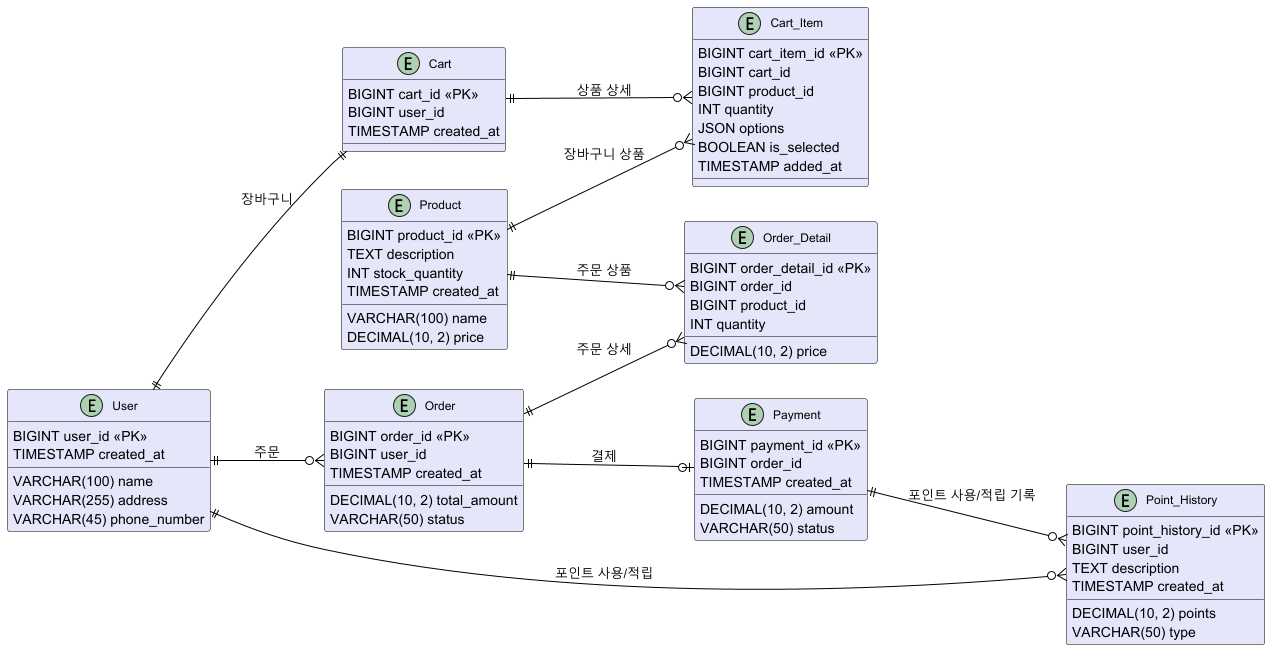
The PlantUML diagram src/main/resources/images/ERD.png in kjh418/hhplus-e-commerce, before a commit.
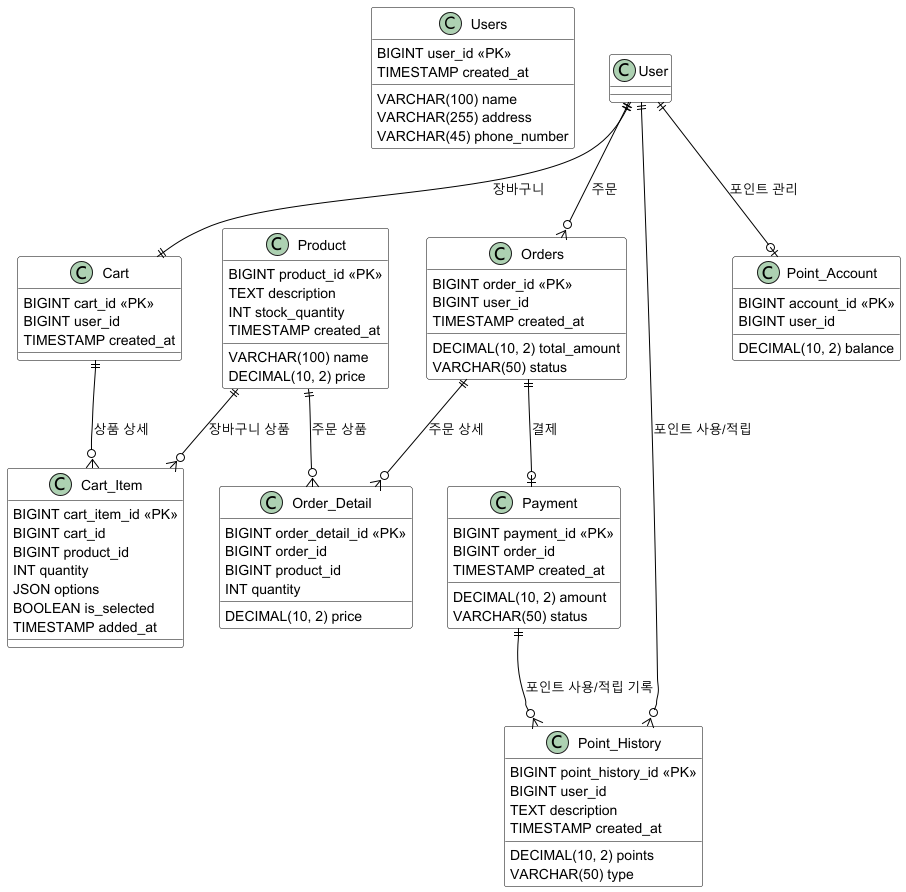
Above is the later version.

Commit message:
refactor : [#11] 효율적인 잔액 관리를 위해 잔액 관리 테이블 추가

What changed in the source:
```diff
@@ -1,91 +1,94 @@
 @startuml
+!define RECTANGLE class
 skinparam class {
-BackgroundColor Lavender
-BorderColor Black
-ArrowColor Black
-FontName Arial
-FontSize 12
-ClassFontColor Black
+    BackgroundColor White
+    ArrowColor Black
+    BorderColor Black
 }
 
-left to right direction
-
-entity User {
-BIGINT user_id <<PK>>
-VARCHAR(100) name
-VARCHAR(255) address
-VARCHAR(45) phone_number
-TIMESTAMP created_at
+RECTANGLE Users {
+    BIGINT user_id <<PK>>
+    TIMESTAMP created_at
+    VARCHAR(100) name
+    VARCHAR(255) address
+    VARCHAR(45) phone_number
 }
 
-entity Product {
-BIGINT product_id <<PK>>
-VARCHAR(100) name
-TEXT description
-DECIMAL(10, 2) price
-INT stock_quantity
-TIMESTAMP created_at
+RECTANGLE Cart {
+    BIGINT cart_id <<PK>>
+    BIGINT user_id
+    TIMESTAMP created_at
 }
 
-entity Cart {
-BIGINT cart_id <<PK>>
-BIGINT user_id
-TIMESTAMP created_at
+RECTANGLE Cart_Item {
+    BIGINT cart_item_id <<PK>>
+    BIGINT cart_id
+    BIGINT product_id
+    INT quantity
+    JSON options
+    BOOLEAN is_selected
+    TIMESTAMP added_at
 }
 
-entity Cart_Item {
-BIGINT cart_item_id <<PK>>
-BIGINT cart_id
-BIGINT product_id
-INT quantity
-JSON options
-BOOLEAN is_selected
-TIMESTAMP added_at
+RECTANGLE Product {
+    BIGINT product_id <<PK>>
+    TEXT description
+    INT stock_quantity
+    TIMESTAMP created_at
+    VARCHAR(100) name
+    DECIMAL(10, 2) price
 }
 
-entity Order {
-BIGINT order_id <<PK>>
-BIGINT user_id
-DECIMAL(10, 2) total_amount
-VARCHAR(50) status
-TIMESTAMP created_at
+RECTANGLE Orders {
+    BIGINT order_id <<PK>>
+    BIGINT user_id
+    DECIMAL(10, 2) total_amount
+    VARCHAR(50) status
+    TIMESTAMP created_at
 }
 
-entity Order_Detail {
-BIGINT order_detail_id <<PK>>
-BIGINT order_id
-BIGINT product_id
-INT quantity
-DECIMAL(10, 2) price
+RECTANGLE Order_Detail {
+    BIGINT order_detail_id <<PK>>
+    BIGINT order_id
+    BIGINT product_id
+    INT quantity
+    DECIMAL(10, 2) price
 }
 
-entity Payment {
-BIGINT payment_id <<PK>>
-BIGINT order_id
-DECIMAL(10, 2) amount
-VARCHAR(50) status
-TIMESTAMP created_at
+RECTANGLE Payment {
+    BIGINT payment_id <<PK>>
+    BIGINT order_id
+    DECIMAL(10, 2) amount
+    VARCHAR(50) status
+    TIMESTAMP created_at
 }
 
-entity Point_History {
-BIGINT point_history_id <<PK>>
-BIGINT user_id
-DECIMAL(10, 2) points
-VARCHAR(50) type
-TEXT description
-TIMESTAMP created_at
+RECTANGLE Point_History {
+    BIGINT point_history_id <<PK>>
+    BIGINT user_id
+    DECIMAL(10, 2) points
+    VARCHAR(50) type
+    TEXT description
+    TIMESTAMP created_at
+}
+
+RECTANGLE Point_Account {
+    BIGINT account_id <<PK>>
+    BIGINT user_id
+    DECIMAL(10, 2) balance
 }
 
 User ||--|| Cart : "장바구니"
-User ||--o{ Order : "주문"
+User ||--o{ Orders : "주문"
 User ||--o{ Point_History : "포인트 사용/적립"
+User ||--o| Point_Account : "포인트 관리"
 
 Cart ||--o{ Cart_Item : "상품 상세"
 Product ||--o{ Cart_Item : "장바구니 상품"
 Product ||--o{ Order_Detail : "주문 상품"
 
-Order ||--o{ Order_Detail : "주문 상세"
-Order ||--o| Payment : "결제"
+Orders ||--o{ Order_Detail : "주문 상세"
+Orders ||--o| Payment : "결제"
 
 Payment ||--o{ Point_History : "포인트 사용/적립 기록"
 @enduml
```
